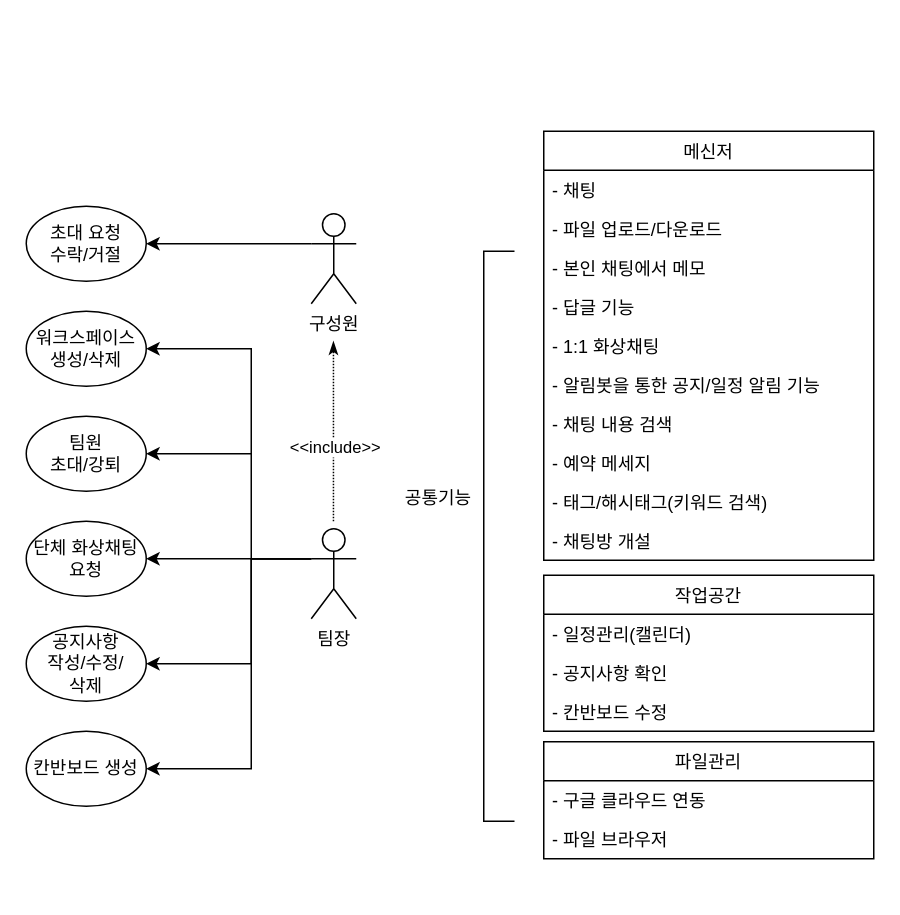
Above: page "기능 구분 다이어그램" (1 of 4) of design/workClass.drawio in JinSolKwon/teamProject_KG-ITBANK (draw.io), before the change. Source tidied: cells renumbered, new cells numbered last; positions are measured from the earlier drawing's top-left corner, leaving out a move shared by most shapes. Both pictures are drawn from the tidied source at 150%, with x=0, y=0 at pixel (26, 130).
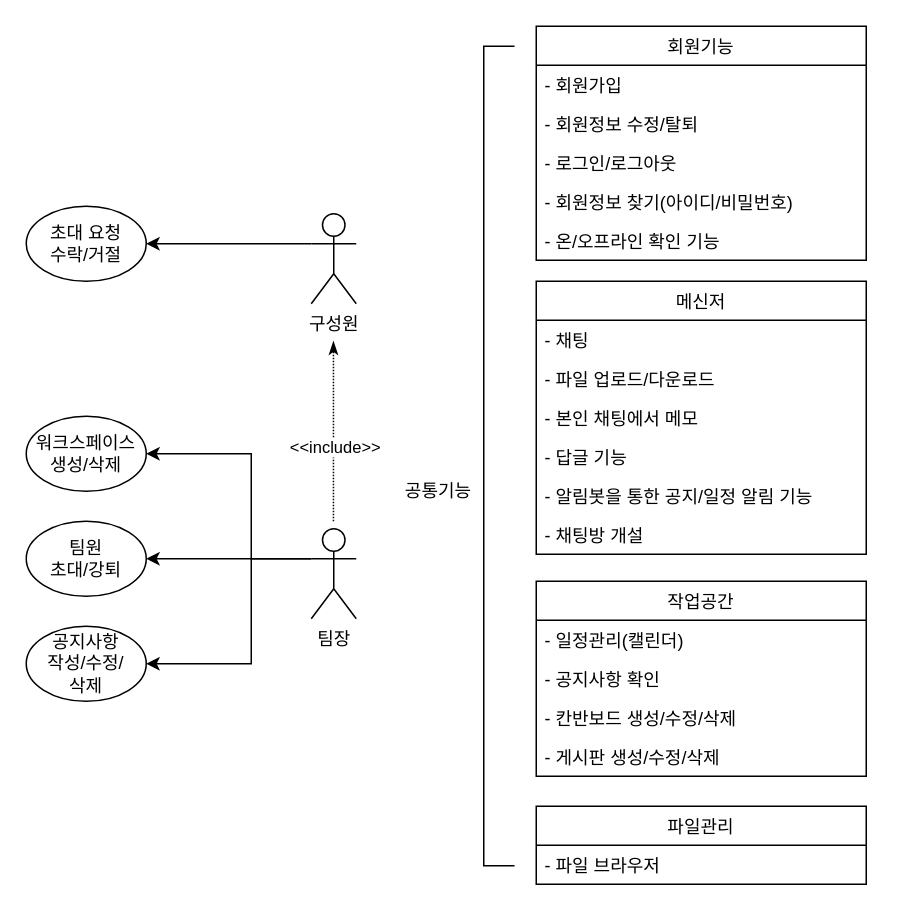
After the change.

Unchanged cells that the change refers to:
```xml
<mxCell id="2" value="팀장" style="shape=umlActor;verticalLabelPosition=bottom;verticalAlign=top;html=1;outlineConnect=0;" parent="1" vertex="1">
  <mxGeometry x="190" y="265" width="30" height="60" as="geometry" />
</mxCell>
```

What changed in the source:
```diff
@@
     <mxCell id="5" value="워크스페이스 생성/삭제" style="ellipse;whiteSpace=wrap;html=1;" parent="1" vertex="1">
-      <mxGeometry y="120" width="80" height="50" as="geometry" />
+      <mxGeometry y="190" width="80" height="50" as="geometry" />
     </mxCell>
     <mxCell id="6" value="팀원 &lt;br&gt;초대/강퇴" style="ellipse;whiteSpace=wrap;html=1;" parent="1" vertex="1">
-      <mxGeometry y="190" width="80" height="50" as="geometry" />
+      <mxGeometry y="260" width="80" height="50" as="geometry" />
     </mxCell>
-    <mxCell id="7" value="단체 화상채팅&lt;br&gt;요청" style="ellipse;whiteSpace=wrap;html=1;" parent="1" vertex="1">
-      <mxGeometry y="260" width="80" height="50" as="geometry" />
-    </mxCell>
@@
-    <mxCell id="9" value="칸반보드 생성" style="ellipse;whiteSpace=wrap;html=1;" parent="1" vertex="1">
-      <mxGeometry y="400" width="80" height="50" as="geometry" />
-    </mxCell>
@@
-    <mxCell id="11" style="endArrow=classic;html=1;entryX=1;entryY=0.5;entryDx=0;entryDy=0;exitX=0;exitY=0.3333333333333333;exitDx=0;exitDy=0;exitPerimeter=0;rounded=0;" parent="1" edge="1" source="2" target="5">
+    <mxCell id="11" style="endArrow=classic;html=1;entryX=1;entryY=0.5;entryDx=0;entryDy=0;rounded=0;exitX=0;exitY=0.3333333333333333;exitDx=0;exitDy=0;exitPerimeter=0;" parent="1" edge="1" source="2" target="5">
       <mxGeometry relative="1" as="geometry">
         <Array as="points">
           <mxPoint x="150" y="285" />
-          <mxPoint x="150" y="145" />
+          <mxPoint x="150" y="215" />
         </Array>
       </mxGeometry>
     </mxCell>
-    <mxCell id="12" style="endArrow=classic;html=1;entryX=1;entryY=0.5;entryDx=0;entryDy=0;exitX=0;exitY=0.3333333333333333;exitDx=0;exitDy=0;exitPerimeter=0;rounded=0;" parent="1" edge="1" source="2" target="9">
-      <mxGeometry relative="1" as="geometry">
-        <Array as="points">
-          <mxPoint x="150" y="285" />
-          <mxPoint x="150" y="425" />
-        </Array>
-      </mxGeometry>
-    </mxCell>
@@
-    <mxCell id="14" style="endArrow=classic;html=1;entryX=1;entryY=0.5;entryDx=0;entryDy=0;exitX=0;exitY=0.3333333333333333;exitDx=0;exitDy=0;exitPerimeter=0;" parent="1" edge="1" source="2" target="7">
-      <mxGeometry relative="1" as="geometry" />
-    </mxCell>
     <mxCell id="15" style="endArrow=classic;html=1;entryX=1;entryY=0.5;entryDx=0;entryDy=0;" parent="1" edge="1" target="6">
       <mxGeometry relative="1" as="geometry">
-        <mxPoint x="150" y="215" as="sourcePoint" />
+        <mxPoint x="150" y="285" as="sourcePoint" />
       </mxGeometry>
     </mxCell>
@@
     <mxCell id="18" value="메신저" style="swimlane;fontStyle=0;horizontal=1;startSize=26;fillColor=none;" parent="1" vertex="1">
-      <mxGeometry x="345" width="220" height="286" as="geometry" />
+      <mxGeometry x="340" y="100" width="220" height="182" as="geometry" />
     </mxCell>
@@
-    <mxCell id="23" value="- 1:1 화상채팅" style="text;strokeColor=none;fillColor=none;align=left;verticalAlign=top;spacingLeft=4;spacingRight=4;overflow=hidden;" parent="18" vertex="1">
-      <mxGeometry y="130" width="220" height="26" as="geometry" />
-    </mxCell>
     <mxCell id="24" value="- 알림봇을 통한 공지/일정 알림 기능" style="text;strokeColor=none;fillColor=none;align=left;verticalAlign=top;spacingLeft=4;spacingRight=4;overflow=hidden;" parent="18" vertex="1">
-      <mxGeometry y="156" width="220" height="26" as="geometry" />
+      <mxGeometry y="130" width="220" height="26" as="geometry" />
     </mxCell>
-    <mxCell id="25" value="- 채팅 내용 검색" style="text;strokeColor=none;fillColor=none;align=left;verticalAlign=top;spacingLeft=4;spacingRight=4;overflow=hidden;" parent="18" vertex="1">
-      <mxGeometry y="182" width="220" height="26" as="geometry" />
-    </mxCell>
-    <mxCell id="26" value="- 예약 메세지" style="text;strokeColor=none;fillColor=none;align=left;verticalAlign=top;spacingLeft=4;spacingRight=4;overflow=hidden;" parent="18" vertex="1">
-      <mxGeometry y="208" width="220" height="26" as="geometry" />
-    </mxCell>
-    <mxCell id="27" value="- 태그/해시태그(키워드 검색)" style="text;strokeColor=none;fillColor=none;align=left;verticalAlign=top;spacingLeft=4;spacingRight=4;overflow=hidden;" parent="18" vertex="1">
-      <mxGeometry y="234" width="220" height="26" as="geometry" />
-    </mxCell>
     <mxCell id="28" value="- 채팅방 개설" style="text;strokeColor=none;fillColor=none;align=left;verticalAlign=top;spacingLeft=4;spacingRight=4;overflow=hidden;" parent="18" vertex="1">
-      <mxGeometry y="260" width="220" height="26" as="geometry" />
+      <mxGeometry y="156" width="220" height="26" as="geometry" />
     </mxCell>
     <mxCell id="29" value="작업공간" style="swimlane;fontStyle=0;horizontal=1;startSize=26;fillColor=none;" parent="1" vertex="1">
-      <mxGeometry x="345" y="296" width="220" height="104" as="geometry" />
+      <mxGeometry x="340" y="300" width="220" height="130" as="geometry" />
     </mxCell>
@@
-    <mxCell id="32" value="- 칸반보드 수정" style="text;strokeColor=none;fillColor=none;align=left;verticalAlign=top;spacingLeft=4;spacingRight=4;overflow=hidden;" parent="29" vertex="1">
+    <mxCell id="32" value="- 칸반보드 생성/수정/삭제" style="text;strokeColor=none;fillColor=none;align=left;verticalAlign=top;spacingLeft=4;spacingRight=4;overflow=hidden;" parent="29" vertex="1">
       <mxGeometry y="78" width="220" height="26" as="geometry" />
     </mxCell>
+    <mxCell id="38" value="- 게시판 생성/수정/삭제" style="text;strokeColor=none;fillColor=none;align=left;verticalAlign=top;spacingLeft=4;spacingRight=4;overflow=hidden;" parent="29" vertex="1">
+      <mxGeometry y="104" width="220" height="26" as="geometry" />
+    </mxCell>
     <mxCell id="33" value="파일관리" style="swimlane;fontStyle=0;horizontal=1;startSize=26;fillColor=none;" parent="1" vertex="1">
-      <mxGeometry x="345" y="407" width="220" height="78" as="geometry" />
+      <mxGeometry x="340" y="450" width="220" height="52" as="geometry" />
     </mxCell>
-    <mxCell id="34" value="- 구글 클라우드 연동" style="text;strokeColor=none;fillColor=none;align=left;verticalAlign=top;spacingLeft=4;spacingRight=4;overflow=hidden;" parent="33" vertex="1">
-      <mxGeometry y="26" width="220" height="26" as="geometry" />
-    </mxCell>
     <mxCell id="35" value="- 파일 브라우저" style="text;strokeColor=none;fillColor=none;align=left;verticalAlign=top;spacingLeft=4;spacingRight=4;overflow=hidden;" parent="33" vertex="1">
-      <mxGeometry y="52" width="220" height="26" as="geometry" />
+      <mxGeometry y="26" width="220" height="26" as="geometry" />
     </mxCell>
     <mxCell id="36" style="shape=partialRectangle;whiteSpace=wrap;html=1;bottom=1;right=1;left=1;top=0;fillColor=none;routingCenterX=-0.5;rotation=90;" parent="1" vertex="1">
-      <mxGeometry x="125" y="260" width="380" height="20" as="geometry" />
+      <mxGeometry x="41.9" y="206.5" width="546.2" height="20" as="geometry" />
     </mxCell>
     <mxCell id="37" value="공통기능" style="text;html=1;strokeColor=none;fillColor=none;align=center;verticalAlign=middle;whiteSpace=wrap;rounded=0;" parent="1" vertex="1">
-      <mxGeometry x="250" y="235" width="50" height="20" as="geometry" />
+      <mxGeometry x="250" y="230" width="50" height="20" as="geometry" />
     </mxCell>
+    <mxCell id="39" value="회원기능" style="swimlane;fontStyle=0;horizontal=1;startSize=26;fillColor=none;" parent="1" vertex="1">
+      <mxGeometry x="340" y="-70" width="220" height="156" as="geometry" />
+    </mxCell>
+    <mxCell id="40" value="- 회원가입" style="text;strokeColor=none;fillColor=none;align=left;verticalAlign=top;spacingLeft=4;spacingRight=4;overflow=hidden;" parent="39" vertex="1">
+      <mxGeometry y="26" width="220" height="26" as="geometry" />
+    </mxCell>
+    <mxCell id="41" value="- 회원정보 수정/탈퇴" style="text;strokeColor=none;fillColor=none;align=left;verticalAlign=top;spacingLeft=4;spacingRight=4;overflow=hidden;" parent="39" vertex="1">
+      <mxGeometry y="52" width="220" height="26" as="geometry" />
+    </mxCell>
+    <mxCell id="42" value="- 로그인/로그아웃" style="text;strokeColor=none;fillColor=none;align=left;verticalAlign=top;spacingLeft=4;spacingRight=4;overflow=hidden;" parent="39" vertex="1">
+      <mxGeometry y="78" width="220" height="26" as="geometry" />
+    </mxCell>
+    <mxCell id="43" value="- 회원정보 찾기(아이디/비밀번호)" style="text;strokeColor=none;fillColor=none;align=left;verticalAlign=top;spacingLeft=4;spacingRight=4;overflow=hidden;" parent="39" vertex="1">
+      <mxGeometry y="104" width="220" height="26" as="geometry" />
+    </mxCell>
+    <mxCell id="44" value="- 온/오프라인 확인 기능" style="text;strokeColor=none;fillColor=none;align=left;verticalAlign=top;spacingLeft=4;spacingRight=4;overflow=hidden;" parent="39" vertex="1">
+      <mxGeometry y="130" width="220" height="26" as="geometry" />
+    </mxCell>
```
